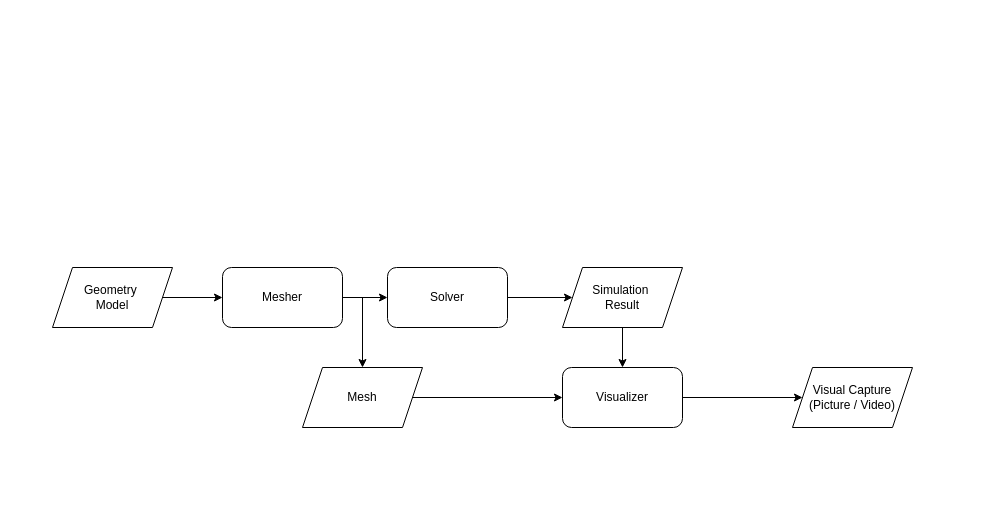
steven-darwin/scientific_computing keeps this draw.io diagram as page "Architecture" (1 of 9) of docs/ScientificComputing.drawio. Above is the earlier version. Source tidied: cells renumbered, new cells numbered last; positions are measured from the earlier drawing's top-left corner, leaving out a move shared by most shapes. Both pictures are drawn from the tidied source at 100%, with x=0, y=0 at pixel (52, 267).
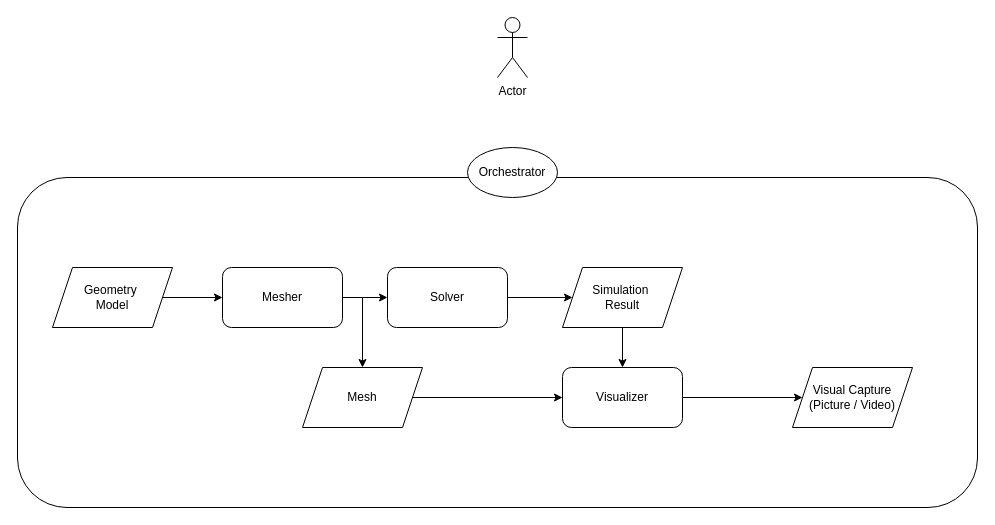
The same diagram, later.

Diff of the diagram source:
```diff
@@
 <mxGraphModel>
   <root>
     <mxCell id="0" />
     <mxCell id="1" parent="0" />
+    <mxCell id="16" style="rounded=1;whiteSpace=wrap;html=1;" parent="1" vertex="1">
+      <mxGeometry x="-35" y="-90" width="960" height="330" as="geometry" />
+    </mxCell>
     <mxCell id="2" style="edgeStyle=orthogonalEdgeStyle;rounded=0;jettySize=auto;html=1;" parent="1" edge="1" source="3" target="6">
       <mxGeometry relative="1" as="geometry" />
     </mxCell>
     <mxCell id="3" value="Geometry&amp;nbsp;&lt;div&gt;Model&lt;/div&gt;" style="shape=parallelogram;perimeter=parallelogramPerimeter;whiteSpace=wrap;html=1;fixedSize=1;" parent="1" vertex="1">
       <mxGeometry width="120" height="60" as="geometry" />
     </mxCell>
     <mxCell id="4" style="edgeStyle=orthogonalEdgeStyle;rounded=0;jettySize=auto;html=1;" parent="1" edge="1" source="6" target="8">
       <mxGeometry relative="1" as="geometry" />
     </mxCell>
     <mxCell id="5" style="edgeStyle=orthogonalEdgeStyle;rounded=0;jettySize=auto;html=1;exitX=1;exitY=0.5;exitDx=0;exitDy=0;entryX=0.5;entryY=0;entryDx=0;entryDy=0;" parent="1" edge="1" source="6" target="12">
       <mxGeometry relative="1" as="geometry" />
     </mxCell>
     <mxCell id="6" value="Mesher" style="rounded=1;whiteSpace=wrap;html=1;" parent="1" vertex="1">
       <mxGeometry x="170" width="120" height="60" as="geometry" />
     </mxCell>
     <mxCell id="7" style="edgeStyle=orthogonalEdgeStyle;rounded=0;jettySize=auto;html=1;" parent="1" edge="1" source="8" target="10">
       <mxGeometry relative="1" as="geometry" />
     </mxCell>
     <mxCell id="8" value="Solver" style="rounded=1;whiteSpace=wrap;html=1;" parent="1" vertex="1">
       <mxGeometry x="335" width="120" height="60" as="geometry" />
     </mxCell>
     <mxCell id="9" style="edgeStyle=orthogonalEdgeStyle;rounded=0;jettySize=auto;html=1;exitX=0.5;exitY=1;exitDx=0;exitDy=0;entryX=0.5;entryY=0;entryDx=0;entryDy=0;" parent="1" edge="1" source="10" target="14">
       <mxGeometry relative="1" as="geometry" />
     </mxCell>
     <mxCell id="10" value="Simulation&amp;nbsp;&lt;div&gt;Result&lt;/div&gt;" style="shape=parallelogram;perimeter=parallelogramPerimeter;whiteSpace=wrap;html=1;fixedSize=1;" parent="1" vertex="1">
       <mxGeometry x="510" width="120" height="60" as="geometry" />
     </mxCell>
     <mxCell id="11" style="edgeStyle=orthogonalEdgeStyle;rounded=0;jettySize=auto;html=1;exitX=1;exitY=0.5;exitDx=0;exitDy=0;entryX=0;entryY=0.5;entryDx=0;entryDy=0;" parent="1" edge="1" source="12" target="14">
       <mxGeometry relative="1" as="geometry" />
     </mxCell>
     <mxCell id="12" value="Mesh" style="shape=parallelogram;perimeter=parallelogramPerimeter;whiteSpace=wrap;html=1;fixedSize=1;" parent="1" vertex="1">
       <mxGeometry x="250" y="100" width="120" height="60" as="geometry" />
     </mxCell>
     <mxCell id="13" style="edgeStyle=orthogonalEdgeStyle;rounded=0;jettySize=auto;html=1;exitX=1;exitY=0.5;exitDx=0;exitDy=0;" parent="1" edge="1" source="14" target="15">
       <mxGeometry relative="1" as="geometry" />
     </mxCell>
     <mxCell id="14" value="Visualizer" style="rounded=1;whiteSpace=wrap;html=1;" parent="1" vertex="1">
       <mxGeometry x="510" y="100" width="120" height="60" as="geometry" />
     </mxCell>
     <mxCell id="15" value="Visual&amp;nbsp;&lt;span style=&quot;background-color: transparent; color: light-dark(rgb(0, 0, 0), rgb(255, 255, 255));&quot;&gt;Capture&lt;/span&gt;&lt;div&gt;&lt;span style=&quot;background-color: transparent; color: light-dark(rgb(0, 0, 0), rgb(255, 255, 255));&quot;&gt;(Picture / Video)&lt;/span&gt;&lt;/div&gt;" style="shape=parallelogram;perimeter=parallelogramPerimeter;whiteSpace=wrap;html=1;fixedSize=1;" parent="1" vertex="1">
       <mxGeometry x="740" y="100" width="120" height="60" as="geometry" />
     </mxCell>
+    <mxCell id="17" value="Orchestrator" style="ellipse;whiteSpace=wrap;html=1;" parent="1" vertex="1">
+      <mxGeometry x="415" y="-120" width="90" height="50" as="geometry" />
+    </mxCell>
+    <mxCell id="18" value="Actor" style="shape=umlActor;verticalLabelPosition=bottom;verticalAlign=top;html=1;" parent="1" vertex="1">
+      <mxGeometry x="445" y="-250" width="30" height="60" as="geometry" />
+    </mxCell>
   </root>
 </mxGraphModel>
```
